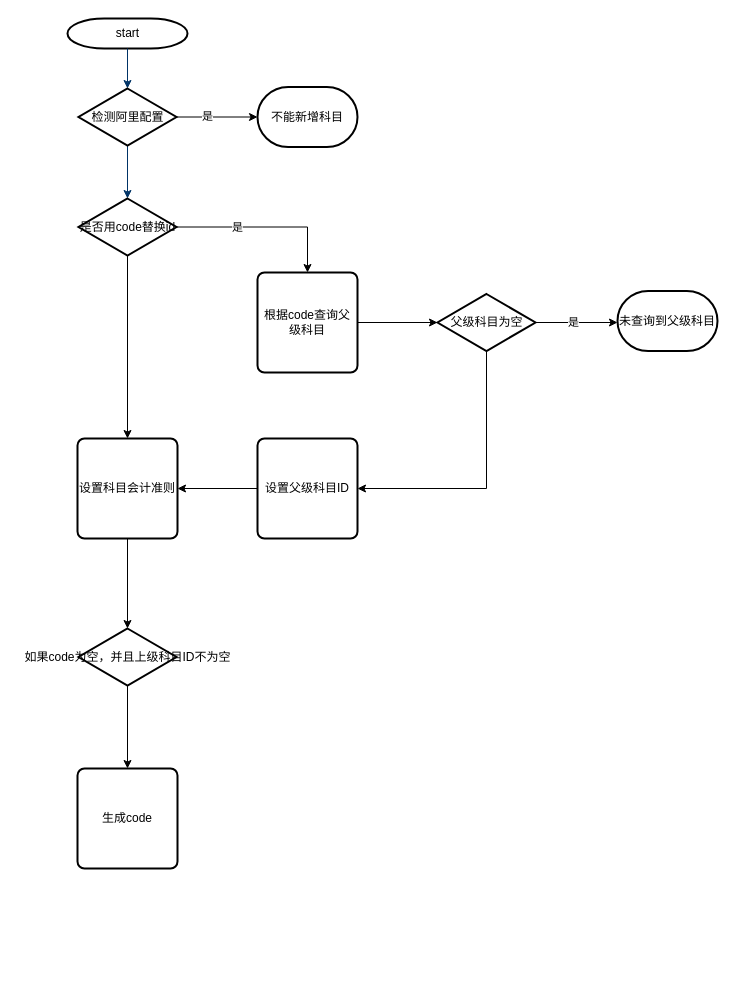
Above: 未命名绘图.drawio in itqczzz/study (draw.io), before the change. Source tidied: cells renumbered, new cells numbered last; positions are measured from the earlier drawing's top-left corner, leaving out a move shared by most shapes. Both pictures are drawn from the tidied source at 100%, with x=0, y=0 at pixel (67, 18).
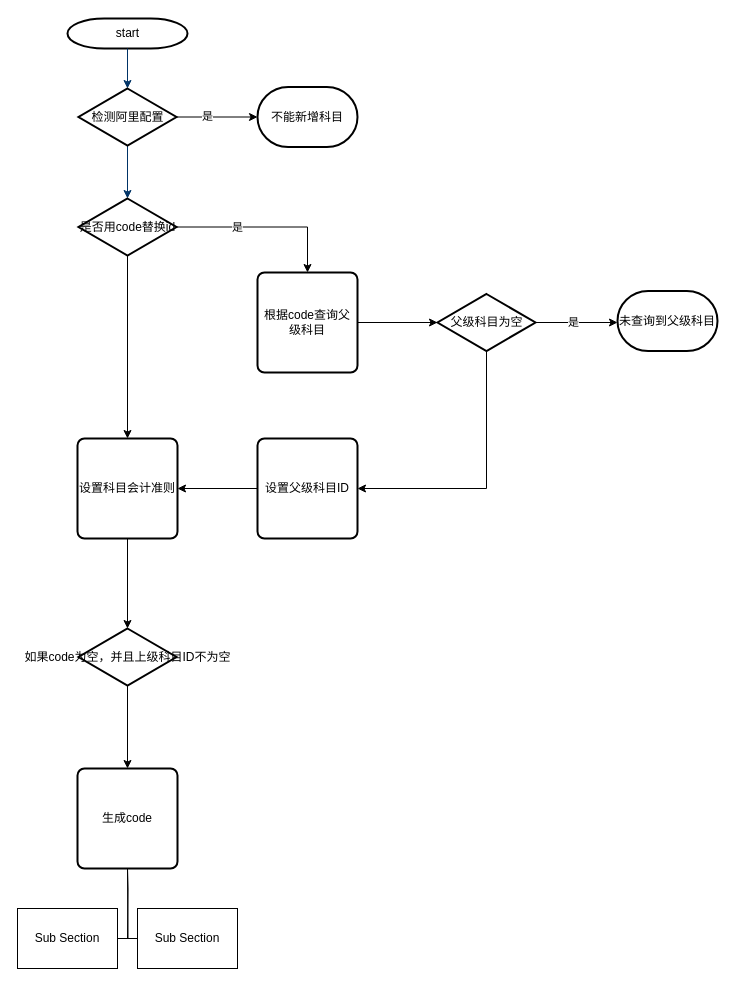
After the change.

Commit message:
科目保存更新.drawio

Diff of the diagram source:
```diff
@@
+    <mxCell id="27" style="edgeStyle=orthogonalEdgeStyle;sourcePerimeterSpacing=0;targetPerimeterSpacing=0;startArrow=none;endArrow=none;rounded=0;targetPortConstraint=eastwest;sourcePortConstraint=northsouth;curved=0;rounded=0;" parent="1" edge="1" target="29">
+      <mxGeometry relative="1" as="geometry">
+        <mxPoint x="60" y="850" as="sourcePoint" />
+      </mxGeometry>
+    </mxCell>
+    <mxCell id="28" style="edgeStyle=orthogonalEdgeStyle;sourcePerimeterSpacing=0;targetPerimeterSpacing=0;startArrow=none;endArrow=none;rounded=0;targetPortConstraint=eastwest;sourcePortConstraint=northsouth;curved=0;rounded=0;" parent="1" edge="1" target="30">
+      <mxGeometry relative="1" as="geometry">
+        <mxPoint x="60" y="850" as="sourcePoint" />
+      </mxGeometry>
+    </mxCell>
+    <mxCell id="29" value="Sub Section" style="whiteSpace=wrap;html=1;align=center;verticalAlign=middle;" parent="1" vertex="1">
+      <mxGeometry x="-50" y="890" width="100" height="60" as="geometry" />
+    </mxCell>
+    <mxCell id="30" value="Sub Section" style="whiteSpace=wrap;html=1;align=center;verticalAlign=middle;" parent="1" vertex="1">
+      <mxGeometry x="70" y="890" width="100" height="60" as="geometry" />
+    </mxCell>
```
